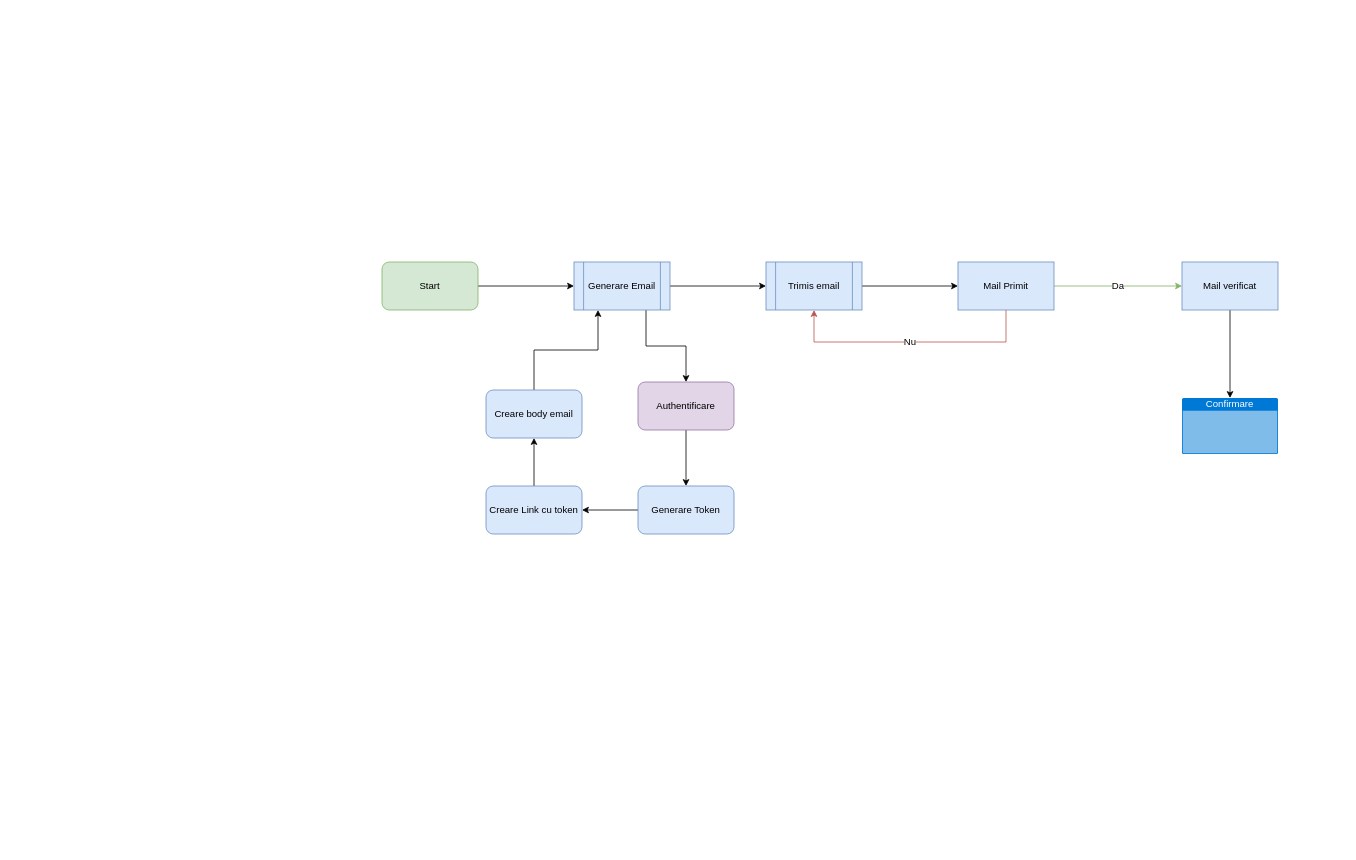
Earlier version of the draw.io diagram Diagramă fără titlu.drawio (andreibill/Arhitecture). Source tidied: cells renumbered, new cells numbered last; positions are measured from the earlier drawing's top-left corner, leaving out a move shared by most shapes. Both pictures are drawn from the tidied source at 80%, with x=0, y=0 at pixel (382, 262).
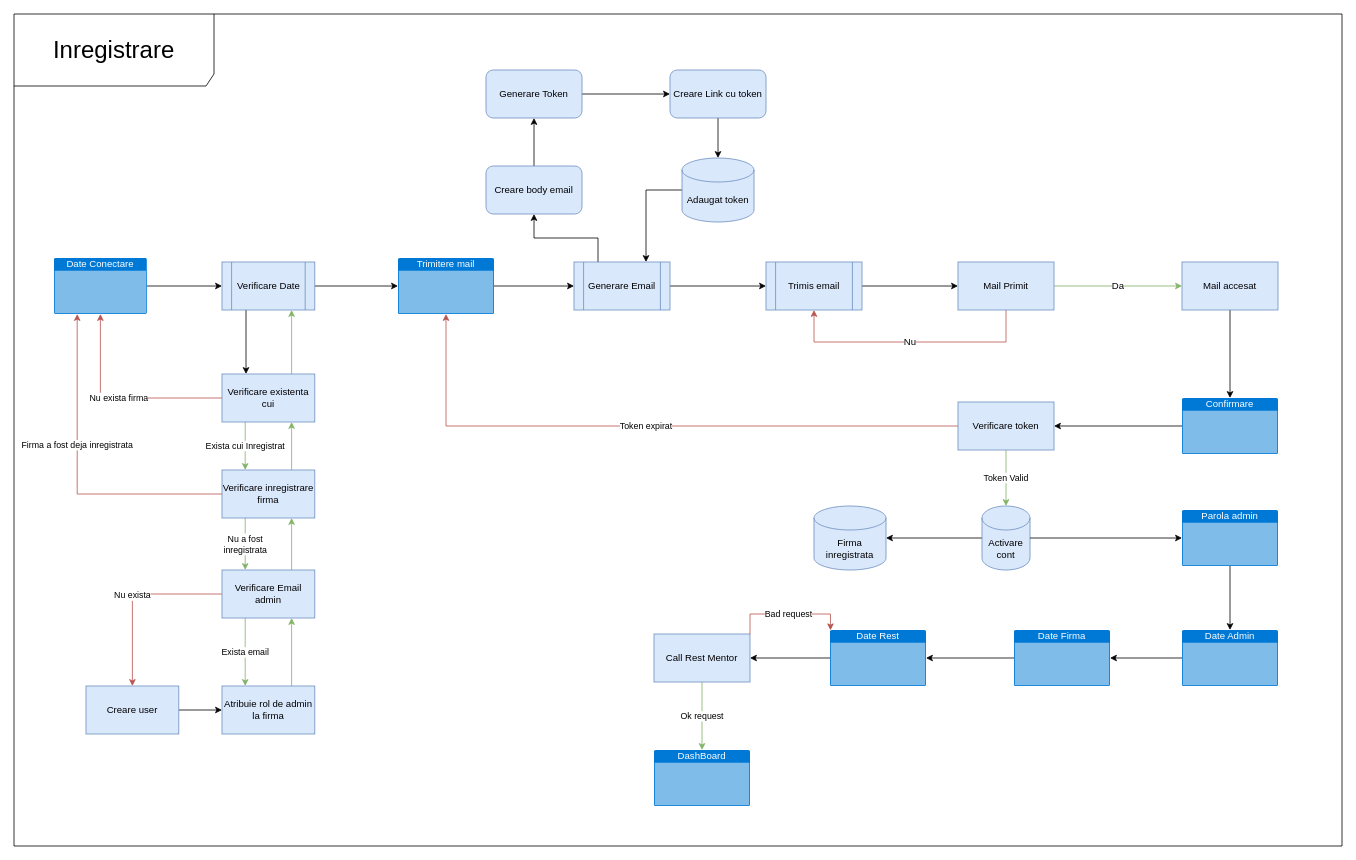
The same page after the edit.

Unchanged cells that the change refers to:
```xml
<mxCell id="8" value="Generare Email" style="shape=process;whiteSpace=wrap;html=1;backgroundOutline=1;rounded=0;strokeColor=#6c8ebf;align=center;verticalAlign=middle;fontFamily=Helvetica;fontSize=12;fontColor=default;fillColor=#dae8fc;" parent="1" vertex="1">
  <mxGeometry x="240" width="120" height="60" as="geometry" />
</mxCell>
<mxCell id="16" value="Trimis email" style="shape=process;whiteSpace=wrap;html=1;backgroundOutline=1;rounded=0;strokeColor=#6c8ebf;align=center;verticalAlign=middle;fontFamily=Helvetica;fontSize=12;fontColor=default;fillColor=#dae8fc;" parent="1" vertex="1">
  <mxGeometry x="480" width="120" height="60" as="geometry" />
</mxCell>
<mxCell id="19" value="Mail Primit" style="whiteSpace=wrap;html=1;fillColor=#dae8fc;strokeColor=#6c8ebf;rounded=0;" parent="1" vertex="1">
  <mxGeometry x="720" width="120" height="60" as="geometry" />
</mxCell>
<mxCell id="22" value="Confirmare" style="html=1;whiteSpace=wrap;strokeColor=none;fillColor=#0079D6;labelPosition=center;verticalLabelPosition=middle;verticalAlign=top;align=center;fontSize=12;outlineConnect=0;spacingTop=-6;fontColor=#FFFFFF;sketch=0;shape=mxgraph.sitemap.page;rounded=0;fontFamily=Helvetica;" parent="1" vertex="1">
  <mxGeometry x="1000" y="170" width="120" height="70" as="geometry" />
</mxCell>
```

The edit, as a diff of the source:
```diff
@@
-    <mxCell id="2" style="edgeStyle=orthogonalEdgeStyle;rounded=0;jettySize=auto;html=1;exitX=1;exitY=0.5;exitDx=0;exitDy=0;entryX=0;entryY=0.5;entryDx=0;entryDy=0;fontFamily=Helvetica;fontSize=12;fontColor=default;" parent="1" edge="1" source="3" target="8">
-      <mxGeometry relative="1" as="geometry" />
-    </mxCell>
-    <mxCell id="3" value="Start" style="rounded=1;whiteSpace=wrap;html=1;strokeColor=#82b366;align=center;verticalAlign=middle;fontFamily=Helvetica;fontSize=12;fillColor=#d5e8d4;" parent="1" vertex="1">
-      <mxGeometry width="120" height="60" as="geometry" />
-    </mxCell>
-    <mxCell id="4" style="edgeStyle=orthogonalEdgeStyle;rounded=0;jettySize=auto;html=1;fontFamily=Helvetica;fontSize=12;fontColor=default;" parent="1" edge="1" source="5" target="10">
-      <mxGeometry relative="1" as="geometry" />
-    </mxCell>
-    <mxCell id="5" value="Authentificare" style="rounded=1;whiteSpace=wrap;html=1;strokeColor=#9673a6;align=center;verticalAlign=middle;fontFamily=Helvetica;fontSize=12;fillColor=#e1d5e7;" parent="1" vertex="1">
-      <mxGeometry x="320" y="150" width="120" height="60" as="geometry" />
-    </mxCell>
-    <mxCell id="6" style="edgeStyle=orthogonalEdgeStyle;rounded=0;jettySize=auto;html=1;exitX=0.75;exitY=1;exitDx=0;exitDy=0;entryX=0.5;entryY=0;entryDx=0;entryDy=0;fontFamily=Helvetica;fontSize=12;fontColor=default;" parent="1" edge="1" source="8" target="5">
-      <mxGeometry relative="1" as="geometry" />
-    </mxCell>
@@
+    <mxCell id="23" style="edgeStyle=orthogonalEdgeStyle;rounded=0;jettySize=auto;html=1;exitX=0.25;exitY=0;exitDx=0;exitDy=0;entryX=0.5;entryY=1;entryDx=0;entryDy=0;" parent="1" edge="1" source="8" target="14">
+      <mxGeometry relative="1" as="geometry" />
+    </mxCell>
@@
-    <mxCell id="9" style="edgeStyle=orthogonalEdgeStyle;rounded=0;jettySize=auto;html=1;fontFamily=Helvetica;fontSize=12;fontColor=default;" parent="1" edge="1" source="10" target="12">
+    <mxCell id="9" style="edgeStyle=orthogonalEdgeStyle;rounded=0;jettySize=auto;html=1;" parent="1" edge="1" source="10" target="12">
       <mxGeometry relative="1" as="geometry" />
     </mxCell>
     <mxCell id="10" value="Generare Token" style="rounded=1;whiteSpace=wrap;html=1;strokeColor=#6c8ebf;align=center;verticalAlign=middle;fontFamily=Helvetica;fontSize=12;fontColor=default;fillColor=#dae8fc;" parent="1" vertex="1">
-      <mxGeometry x="320" y="280" width="120" height="60" as="geometry" />
+      <mxGeometry x="130" y="-240" width="120" height="60" as="geometry" />
     </mxCell>
-    <mxCell id="11" style="edgeStyle=orthogonalEdgeStyle;rounded=0;jettySize=auto;html=1;fontFamily=Helvetica;fontSize=12;fontColor=default;" parent="1" edge="1" source="12" target="14">
-      <mxGeometry relative="1" as="geometry" />
-    </mxCell>
+    <mxCell id="24" style="edgeStyle=orthogonalEdgeStyle;rounded=0;jettySize=auto;html=1;" parent="1" edge="1" source="12" target="63">
+      <mxGeometry relative="1" as="geometry" />
+    </mxCell>
     <mxCell id="12" value="Creare Link cu token" style="rounded=1;whiteSpace=wrap;html=1;strokeColor=#6c8ebf;align=center;verticalAlign=middle;fontFamily=Helvetica;fontSize=12;fontColor=default;fillColor=#dae8fc;" parent="1" vertex="1">
-      <mxGeometry x="130" y="280" width="120" height="60" as="geometry" />
+      <mxGeometry x="360" y="-240" width="120" height="60" as="geometry" />
     </mxCell>
-    <mxCell id="13" style="edgeStyle=orthogonalEdgeStyle;rounded=0;jettySize=auto;html=1;exitX=0.5;exitY=0;exitDx=0;exitDy=0;entryX=0.25;entryY=1;entryDx=0;entryDy=0;fontFamily=Helvetica;fontSize=12;fontColor=default;" parent="1" edge="1" source="14" target="8">
-      <mxGeometry relative="1" as="geometry" />
-    </mxCell>
+    <mxCell id="25" style="edgeStyle=orthogonalEdgeStyle;rounded=0;jettySize=auto;html=1;" parent="1" edge="1" source="14" target="10">
+      <mxGeometry relative="1" as="geometry" />
+    </mxCell>
     <mxCell id="14" value="Creare body email" style="rounded=1;whiteSpace=wrap;html=1;strokeColor=#6c8ebf;align=center;verticalAlign=middle;fontFamily=Helvetica;fontSize=12;fontColor=default;fillColor=#dae8fc;" parent="1" vertex="1">
-      <mxGeometry x="130" y="160" width="120" height="60" as="geometry" />
+      <mxGeometry x="130" y="-120" width="120" height="60" as="geometry" />
     </mxCell>
-    <mxCell id="15" style="edgeStyle=orthogonalEdgeStyle;rounded=0;jettySize=auto;html=1;fontFamily=Helvetica;fontSize=12;fontColor=default;" parent="1" edge="1" source="16" target="19">
+    <mxCell id="15" style="edgeStyle=orthogonalEdgeStyle;rounded=0;jettySize=auto;html=1;exitX=1;exitY=0.5;exitDx=0;exitDy=0;entryX=0;entryY=0.5;entryDx=0;entryDy=0;" parent="1" edge="1" source="16" target="19">
       <mxGeometry relative="1" as="geometry" />
     </mxCell>
@@
-    <mxCell id="21" value="Mail verificat" style="whiteSpace=wrap;html=1;fillColor=#dae8fc;strokeColor=#6c8ebf;rounded=0;" parent="1" vertex="1">
+    <mxCell id="21" value="Mail accesat" style="whiteSpace=wrap;html=1;fillColor=#dae8fc;strokeColor=#6c8ebf;rounded=0;" parent="1" vertex="1">
       <mxGeometry x="1000" width="120" height="60" as="geometry" />
     </mxCell>
+    <mxCell id="26" style="edgeStyle=orthogonalEdgeStyle;rounded=0;jettySize=auto;html=1;" parent="1" edge="1" source="22" target="28">
+      <mxGeometry relative="1" as="geometry" />
+    </mxCell>
@@
+    <mxCell id="27" value="Token Valid" style="edgeStyle=orthogonalEdgeStyle;rounded=0;jettySize=auto;html=1;fillColor=#d5e8d4;strokeColor=#82b366;" parent="1" edge="1" source="28" target="42">
+      <mxGeometry relative="1" as="geometry" />
+    </mxCell>
+    <mxCell id="28" value="Verificare token" style="whiteSpace=wrap;html=1;fillColor=#dae8fc;strokeColor=#6c8ebf;rounded=0;" parent="1" vertex="1">
+      <mxGeometry x="720" y="175" width="120" height="60" as="geometry" />
+    </mxCell>
+    <mxCell id="29" style="edgeStyle=orthogonalEdgeStyle;rounded=0;jettySize=auto;html=1;" parent="1" edge="1" source="30" target="32">
+      <mxGeometry relative="1" as="geometry" />
+    </mxCell>
+    <mxCell id="30" value="Parola admin" style="html=1;whiteSpace=wrap;strokeColor=none;fillColor=#0079D6;labelPosition=center;verticalLabelPosition=middle;verticalAlign=top;align=center;fontSize=12;outlineConnect=0;spacingTop=-6;fontColor=#FFFFFF;sketch=0;shape=mxgraph.sitemap.page;rounded=0;fontFamily=Helvetica;" parent="1" vertex="1">
+      <mxGeometry x="1000" y="310" width="120" height="70" as="geometry" />
+    </mxCell>
+    <mxCell id="31" style="edgeStyle=orthogonalEdgeStyle;rounded=0;jettySize=auto;html=1;" parent="1" edge="1" source="32" target="34">
+      <mxGeometry relative="1" as="geometry" />
+    </mxCell>
+    <mxCell id="32" value="Date Admin" style="html=1;whiteSpace=wrap;strokeColor=none;fillColor=#0079D6;labelPosition=center;verticalLabelPosition=middle;verticalAlign=top;align=center;fontSize=12;outlineConnect=0;spacingTop=-6;fontColor=#FFFFFF;sketch=0;shape=mxgraph.sitemap.page;rounded=0;fontFamily=Helvetica;" parent="1" vertex="1">
+      <mxGeometry x="1000" y="460" width="120" height="70" as="geometry" />
+    </mxCell>
+    <mxCell id="33" style="edgeStyle=orthogonalEdgeStyle;rounded=0;jettySize=auto;html=1;" parent="1" edge="1" source="34" target="36">
+      <mxGeometry relative="1" as="geometry" />
+    </mxCell>
+    <mxCell id="34" value="Date Firma" style="html=1;whiteSpace=wrap;strokeColor=none;fillColor=#0079D6;labelPosition=center;verticalLabelPosition=middle;verticalAlign=top;align=center;fontSize=12;outlineConnect=0;spacingTop=-6;fontColor=#FFFFFF;sketch=0;shape=mxgraph.sitemap.page;rounded=0;fontFamily=Helvetica;" parent="1" vertex="1">
+      <mxGeometry x="790" y="460" width="120" height="70" as="geometry" />
+    </mxCell>
+    <mxCell id="35" style="edgeStyle=orthogonalEdgeStyle;rounded=0;jettySize=auto;html=1;" parent="1" edge="1" source="36" target="38">
+      <mxGeometry relative="1" as="geometry" />
+    </mxCell>
+    <mxCell id="36" value="Date Rest&lt;br&gt;" style="html=1;whiteSpace=wrap;strokeColor=none;fillColor=#0079D6;labelPosition=center;verticalLabelPosition=middle;verticalAlign=top;align=center;fontSize=12;outlineConnect=0;spacingTop=-6;fontColor=#FFFFFF;sketch=0;shape=mxgraph.sitemap.page;rounded=0;fontFamily=Helvetica;" parent="1" vertex="1">
+      <mxGeometry x="560" y="460" width="120" height="70" as="geometry" />
+    </mxCell>
+    <mxCell id="37" value="Ok request" style="edgeStyle=orthogonalEdgeStyle;rounded=0;jettySize=auto;html=1;fillColor=#d5e8d4;strokeColor=#82b366;" parent="1" edge="1" source="38" target="40">
+      <mxGeometry relative="1" as="geometry" />
+    </mxCell>
+    <mxCell id="38" value="Call Rest Mentor" style="whiteSpace=wrap;html=1;fillColor=#dae8fc;strokeColor=#6c8ebf;rounded=0;glass=0;shadow=0;" parent="1" vertex="1">
+      <mxGeometry x="340" y="465" width="120" height="60" as="geometry" />
+    </mxCell>
+    <mxCell id="39" value="Bad request" style="edgeStyle=orthogonalEdgeStyle;rounded=0;jettySize=auto;html=1;exitX=1;exitY=0;exitDx=0;exitDy=0;entryX=0.005;entryY=0.005;entryDx=0;entryDy=0;entryPerimeter=0;fillColor=#f8cecc;strokeColor=#b85450;" parent="1" edge="1" source="38" target="36">
+      <mxGeometry relative="1" as="geometry" />
+    </mxCell>
+    <mxCell id="40" value="DashBoard" style="html=1;whiteSpace=wrap;strokeColor=none;fillColor=#0079D6;labelPosition=center;verticalLabelPosition=middle;verticalAlign=top;align=center;fontSize=12;outlineConnect=0;spacingTop=-6;fontColor=#FFFFFF;sketch=0;shape=mxgraph.sitemap.page;rounded=0;fontFamily=Helvetica;" parent="1" vertex="1">
+      <mxGeometry x="340" y="610" width="120" height="70" as="geometry" />
+    </mxCell>
+    <mxCell id="41" style="edgeStyle=orthogonalEdgeStyle;rounded=0;jettySize=auto;html=1;" parent="1" edge="1" source="42" target="71">
+      <mxGeometry relative="1" as="geometry" />
+    </mxCell>
+    <mxCell id="42" value="Activare cont" style="shape=cylinder3;whiteSpace=wrap;html=1;boundedLbl=1;backgroundOutline=1;size=15;fillColor=#dae8fc;strokeColor=#6c8ebf;" parent="1" vertex="1">
+      <mxGeometry x="750" y="305" width="60" height="80" as="geometry" />
+    </mxCell>
+    <mxCell id="43" style="edgeStyle=orthogonalEdgeStyle;rounded=0;jettySize=auto;html=1;entryX=0;entryY=0.5;entryDx=0;entryDy=0;entryPerimeter=0;" parent="1" edge="1" source="42" target="30">
+      <mxGeometry relative="1" as="geometry" />
+    </mxCell>
+    <mxCell id="44" value="&lt;font style=&quot;font-size: 30px;&quot;&gt;Inregistrare&lt;/font&gt;" style="shape=umlFrame;whiteSpace=wrap;html=1;width=250;height=90;" parent="1" vertex="1">
+      <mxGeometry x="-460" y="-310" width="1660" height="1040" as="geometry" />
+    </mxCell>
+    <mxCell id="45" style="edgeStyle=orthogonalEdgeStyle;rounded=0;jettySize=auto;html=1;" parent="1" edge="1" source="46" target="49">
+      <mxGeometry relative="1" as="geometry" />
+    </mxCell>
+    <mxCell id="46" value="Date Conectare" style="html=1;whiteSpace=wrap;strokeColor=none;fillColor=#0079D6;labelPosition=center;verticalLabelPosition=middle;verticalAlign=top;align=center;fontSize=12;outlineConnect=0;spacingTop=-6;fontColor=#FFFFFF;sketch=0;shape=mxgraph.sitemap.page;rounded=0;fontFamily=Helvetica;" parent="1" vertex="1">
+      <mxGeometry x="-410" y="-5" width="116" height="70" as="geometry" />
+    </mxCell>
+    <mxCell id="47" style="edgeStyle=orthogonalEdgeStyle;rounded=0;jettySize=auto;html=1;" parent="1" edge="1" source="49" target="52">
+      <mxGeometry relative="1" as="geometry">
+        <Array as="points">
+          <mxPoint x="-170" y="100" />
+          <mxPoint x="-170" y="100" />
+        </Array>
+      </mxGeometry>
+    </mxCell>
+    <mxCell id="48" style="edgeStyle=orthogonalEdgeStyle;rounded=0;jettySize=auto;html=1;" parent="1" edge="1" source="49" target="65">
+      <mxGeometry relative="1" as="geometry" />
+    </mxCell>
+    <mxCell id="49" value="Verificare Date" style="shape=process;whiteSpace=wrap;html=1;backgroundOutline=1;rounded=0;strokeColor=#6c8ebf;align=center;verticalAlign=middle;fontFamily=Helvetica;fontSize=12;fontColor=default;fillColor=#dae8fc;" parent="1" vertex="1">
+      <mxGeometry x="-200" width="116" height="60" as="geometry" />
+    </mxCell>
+    <mxCell id="50" value="Exista cui Inregistrat" style="edgeStyle=orthogonalEdgeStyle;rounded=0;jettySize=auto;html=1;fillColor=#d5e8d4;strokeColor=#82b366;exitX=0.25;exitY=1;exitDx=0;exitDy=0;entryX=0.25;entryY=0;entryDx=0;entryDy=0;" parent="1" edge="1" source="52" target="69">
+      <mxGeometry relative="1" as="geometry" />
+    </mxCell>
+    <mxCell id="51" style="edgeStyle=orthogonalEdgeStyle;rounded=0;jettySize=auto;html=1;exitX=0.75;exitY=0;exitDx=0;exitDy=0;entryX=0.75;entryY=1;entryDx=0;entryDy=0;fillColor=#d5e8d4;strokeColor=#82b366;" parent="1" edge="1" source="52" target="49">
+      <mxGeometry relative="1" as="geometry" />
+    </mxCell>
+    <mxCell id="52" value="Verificare existenta cui" style="whiteSpace=wrap;html=1;fillColor=#dae8fc;strokeColor=#6c8ebf;rounded=0;" parent="1" vertex="1">
+      <mxGeometry x="-200" y="140" width="116" height="60" as="geometry" />
+    </mxCell>
+    <mxCell id="53" value="Nu exista firma" style="edgeStyle=orthogonalEdgeStyle;rounded=0;jettySize=auto;html=1;entryX=0.5;entryY=1;entryDx=0;entryDy=0;entryPerimeter=0;fillColor=#f8cecc;strokeColor=#b85450;" parent="1" edge="1" source="52" target="46">
+      <mxGeometry relative="1" as="geometry" />
+    </mxCell>
+    <mxCell id="54" value="Exista email" style="edgeStyle=orthogonalEdgeStyle;rounded=0;jettySize=auto;html=1;fillColor=#d5e8d4;strokeColor=#82b366;exitX=0.25;exitY=1;exitDx=0;exitDy=0;entryX=0.25;entryY=0;entryDx=0;entryDy=0;" parent="1" edge="1" source="57" target="59">
+      <mxGeometry relative="1" as="geometry" />
+    </mxCell>
+    <mxCell id="55" value="Nu exista" style="edgeStyle=orthogonalEdgeStyle;rounded=0;jettySize=auto;html=1;fillColor=#f8cecc;strokeColor=#b85450;" parent="1" edge="1" source="57" target="61">
+      <mxGeometry relative="1" as="geometry" />
+    </mxCell>
+    <mxCell id="56" style="edgeStyle=orthogonalEdgeStyle;rounded=0;jettySize=auto;html=1;exitX=0.75;exitY=0;exitDx=0;exitDy=0;entryX=0.75;entryY=1;entryDx=0;entryDy=0;fillColor=#d5e8d4;strokeColor=#82b366;" parent="1" edge="1" source="57" target="69">
+      <mxGeometry relative="1" as="geometry" />
+    </mxCell>
+    <mxCell id="57" value="Verificare Email admin" style="whiteSpace=wrap;html=1;fillColor=#dae8fc;strokeColor=#6c8ebf;rounded=0;" parent="1" vertex="1">
+      <mxGeometry x="-200" y="385" width="116" height="60" as="geometry" />
+    </mxCell>
+    <mxCell id="58" style="edgeStyle=orthogonalEdgeStyle;rounded=0;jettySize=auto;html=1;exitX=0.75;exitY=0;exitDx=0;exitDy=0;entryX=0.75;entryY=1;entryDx=0;entryDy=0;fillColor=#d5e8d4;strokeColor=#82b366;" parent="1" edge="1" source="59" target="57">
+      <mxGeometry relative="1" as="geometry" />
+    </mxCell>
+    <mxCell id="59" value="Atribuie rol de admin la firma" style="whiteSpace=wrap;html=1;fillColor=#dae8fc;strokeColor=#6c8ebf;rounded=0;" parent="1" vertex="1">
+      <mxGeometry x="-200" y="530" width="116" height="60" as="geometry" />
+    </mxCell>
+    <mxCell id="60" style="edgeStyle=orthogonalEdgeStyle;rounded=0;jettySize=auto;html=1;" parent="1" edge="1" source="61" target="59">
+      <mxGeometry relative="1" as="geometry" />
+    </mxCell>
+    <mxCell id="61" value="Creare user" style="whiteSpace=wrap;html=1;fillColor=#dae8fc;strokeColor=#6c8ebf;rounded=0;" parent="1" vertex="1">
+      <mxGeometry x="-370" y="530" width="116" height="60" as="geometry" />
+    </mxCell>
+    <mxCell id="62" style="edgeStyle=orthogonalEdgeStyle;rounded=0;jettySize=auto;html=1;entryX=0.75;entryY=0;entryDx=0;entryDy=0;" parent="1" edge="1" source="63" target="8">
+      <mxGeometry relative="1" as="geometry" />
+    </mxCell>
+    <mxCell id="63" value="Adaugat token" style="shape=cylinder3;whiteSpace=wrap;html=1;boundedLbl=1;backgroundOutline=1;size=15;fillColor=#dae8fc;strokeColor=#6c8ebf;" parent="1" vertex="1">
+      <mxGeometry x="375" y="-130" width="90" height="80" as="geometry" />
+    </mxCell>
+    <mxCell id="64" style="edgeStyle=orthogonalEdgeStyle;rounded=0;jettySize=auto;html=1;" parent="1" edge="1" source="65" target="8">
+      <mxGeometry relative="1" as="geometry" />
+    </mxCell>
+    <mxCell id="65" value="Trimitere mail" style="html=1;whiteSpace=wrap;strokeColor=none;fillColor=#0079D6;labelPosition=center;verticalLabelPosition=middle;verticalAlign=top;align=center;fontSize=12;outlineConnect=0;spacingTop=-6;fontColor=#FFFFFF;sketch=0;shape=mxgraph.sitemap.page;rounded=0;fontFamily=Helvetica;" parent="1" vertex="1">
+      <mxGeometry x="20" y="-5" width="120" height="70" as="geometry" />
+    </mxCell>
+    <mxCell id="66" value="Token expirat" style="edgeStyle=orthogonalEdgeStyle;rounded=0;jettySize=auto;html=1;exitX=0;exitY=0.5;exitDx=0;exitDy=0;entryX=0.5;entryY=1;entryDx=0;entryDy=0;entryPerimeter=0;fillColor=#f8cecc;strokeColor=#b85450;" parent="1" edge="1" source="28" target="65">
+      <mxGeometry relative="1" as="geometry" />
+    </mxCell>
+    <mxCell id="67" value="Nu a fost &lt;br&gt;inregistrata" style="edgeStyle=orthogonalEdgeStyle;rounded=0;jettySize=auto;html=1;exitX=0.25;exitY=1;exitDx=0;exitDy=0;entryX=0.25;entryY=0;entryDx=0;entryDy=0;fillColor=#d5e8d4;strokeColor=#82b366;" parent="1" edge="1" source="69" target="57">
+      <mxGeometry relative="1" as="geometry" />
+    </mxCell>
+    <mxCell id="68" style="edgeStyle=orthogonalEdgeStyle;rounded=0;jettySize=auto;html=1;exitX=0.75;exitY=0;exitDx=0;exitDy=0;entryX=0.75;entryY=1;entryDx=0;entryDy=0;fillColor=#d5e8d4;strokeColor=#82b366;" parent="1" edge="1" source="69" target="52">
+      <mxGeometry relative="1" as="geometry" />
+    </mxCell>
+    <mxCell id="69" value="Verificare inregistrare firma" style="whiteSpace=wrap;html=1;fillColor=#dae8fc;strokeColor=#6c8ebf;rounded=0;" parent="1" vertex="1">
+      <mxGeometry x="-200" y="260" width="116" height="60" as="geometry" />
+    </mxCell>
+    <mxCell id="70" value="Firma a fost deja inregistrata" style="edgeStyle=orthogonalEdgeStyle;rounded=0;jettySize=auto;html=1;exitX=0;exitY=0.5;exitDx=0;exitDy=0;entryX=0.25;entryY=1;entryDx=0;entryDy=0;entryPerimeter=0;fillColor=#f8cecc;strokeColor=#b85450;" parent="1" edge="1" source="69" target="46">
+      <mxGeometry x="0.19" relative="1" as="geometry" />
+    </mxCell>
+    <mxCell id="71" value="Firma inregistrata" style="shape=cylinder3;whiteSpace=wrap;html=1;boundedLbl=1;backgroundOutline=1;size=15;fillColor=#dae8fc;strokeColor=#6c8ebf;" parent="1" vertex="1">
+      <mxGeometry x="540" y="305" width="90" height="80" as="geometry" />
+    </mxCell>
```
